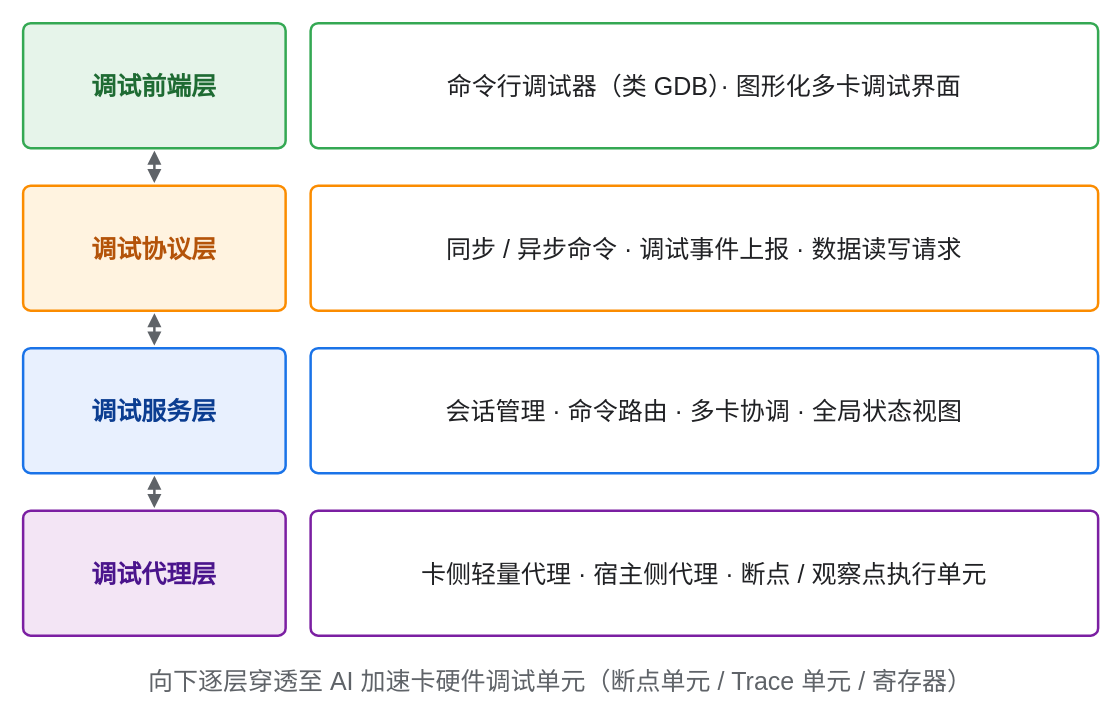
HanxuLiu/drawio-files keeps this draw.io diagram as page "调试工具模块分层结构" (4 of 7) of A3超节点设计方案插图.drawio. Above is the earlier version. Source tidied: cells renumbered, new cells numbered last; positions are measured from the earlier drawing's top-left corner, leaving out a move shared by most shapes. Both pictures are drawn from the tidied source at 125%, with x=0, y=0 at pixel (22, 22).
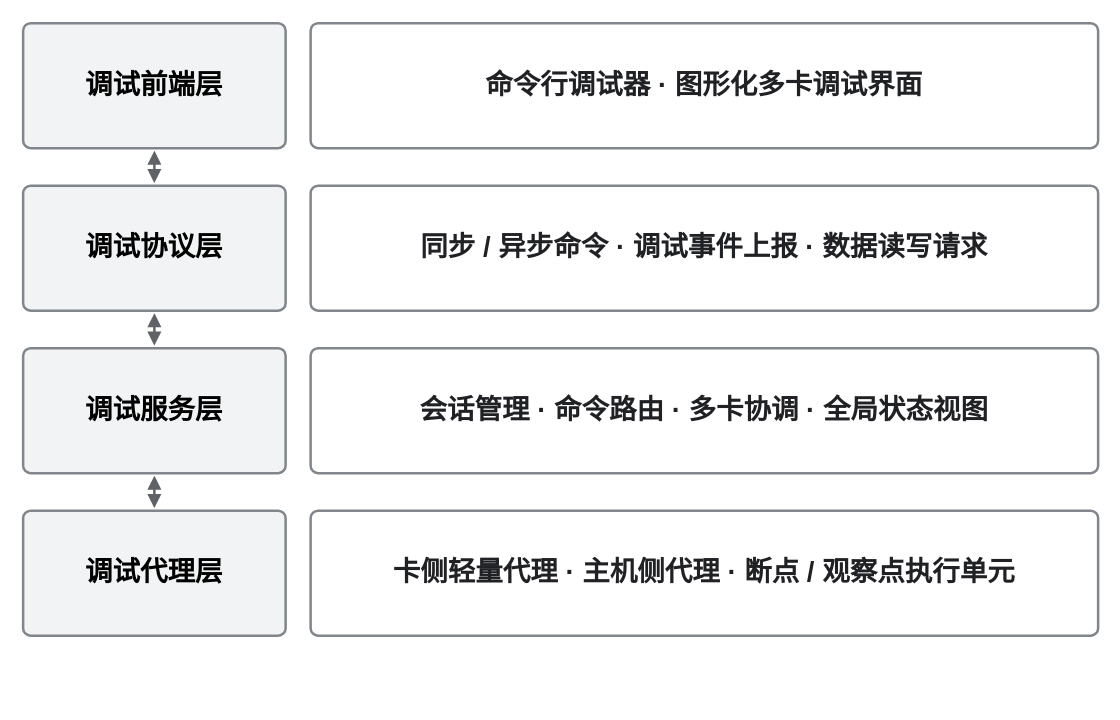
After the change.

Diff of the diagram source:
```diff
@@
 <mxGraphModel>
   <root>
     <mxCell id="0" />
     <mxCell id="1" parent="0" />
-    <mxCell id="2" value="调试前端层" style="rounded=1;arcSize=6;whiteSpace=wrap;html=1;fillColor=#E6F4EA;strokeColor=#34A853;strokeWidth=2;fontSize=20;fontColor=#1E6B33;align=center;verticalAlign=middle;fontStyle=1;" parent="1" vertex="1">
+    <mxCell id="2" value="调试前端层" style="rounded=1;arcSize=6;whiteSpace=wrap;html=1;fillColor=#F1F3F4;strokeColor=#80868B;strokeWidth=2;fontSize=22;fontColor=#000000;align=center;verticalAlign=middle;fontStyle=1;fontFamily=Helvetica;" parent="1" vertex="1">
       <mxGeometry width="210" height="100" as="geometry" />
     </mxCell>
-    <mxCell id="3" value="命令行调试器（类 GDB）· 图形化多卡调试界面" style="rounded=1;arcSize=6;whiteSpace=wrap;html=1;fillColor=#FFFFFF;strokeColor=#34A853;strokeWidth=2;fontSize=20;fontColor=#202124;align=center;verticalAlign=middle;" parent="1" vertex="1">
+    <mxCell id="3" value="命令行调试器 · 图形化多卡调试界面" style="rounded=1;arcSize=6;whiteSpace=wrap;html=1;fillColor=#FFFFFF;strokeColor=#80868B;strokeWidth=2;fontSize=22;fontColor=#202124;align=center;verticalAlign=middle;fontFamily=Helvetica;fontStyle=1;" parent="1" vertex="1">
       <mxGeometry x="230" width="630" height="100" as="geometry" />
     </mxCell>
-    <mxCell id="4" value="调试协议层" style="rounded=1;arcSize=6;whiteSpace=wrap;html=1;fillColor=#FFF3E0;strokeColor=#FB8C00;strokeWidth=2;fontSize=20;fontColor=#B45309;align=center;verticalAlign=middle;fontStyle=1;" parent="1" vertex="1">
+    <mxCell id="4" value="调试协议层" style="rounded=1;arcSize=6;whiteSpace=wrap;html=1;fillColor=#F1F3F4;strokeColor=#80868B;strokeWidth=2;fontSize=22;fontColor=#000000;align=center;verticalAlign=middle;fontStyle=1;fontFamily=Helvetica;" parent="1" vertex="1">
       <mxGeometry y="130" width="210" height="100" as="geometry" />
     </mxCell>
-    <mxCell id="5" value="同步 / 异步命令 · 调试事件上报 · 数据读写请求" style="rounded=1;arcSize=6;whiteSpace=wrap;html=1;fillColor=#FFFFFF;strokeColor=#FB8C00;strokeWidth=2;fontSize=20;fontColor=#202124;align=center;verticalAlign=middle;" parent="1" vertex="1">
+    <mxCell id="5" value="同步 / 异步命令 · 调试事件上报 · 数据读写请求" style="rounded=1;arcSize=6;whiteSpace=wrap;html=1;fillColor=#FFFFFF;strokeColor=#80868B;strokeWidth=2;fontSize=22;fontColor=#202124;align=center;verticalAlign=middle;fontFamily=Helvetica;fontStyle=1;" parent="1" vertex="1">
       <mxGeometry x="230" y="130" width="630" height="100" as="geometry" />
     </mxCell>
-    <mxCell id="6" style="edgeStyle=none;html=1;rounded=0;strokeColor=#5F6368;strokeWidth=2;startArrow=block;startFill=1;endArrow=block;endFill=1;fontSize=20;" parent="1" edge="1">
+    <mxCell id="6" style="edgeStyle=none;html=1;rounded=0;strokeColor=#5F6368;strokeWidth=2;startArrow=block;startFill=1;endArrow=block;endFill=1;fontSize=22;" parent="1" edge="1">
       <mxGeometry relative="1" as="geometry">
         <mxPoint x="105" y="102" as="sourcePoint" />
         <mxPoint x="105" y="128" as="targetPoint" />
       </mxGeometry>
     </mxCell>
-    <mxCell id="7" value="调试服务层" style="rounded=1;arcSize=6;whiteSpace=wrap;html=1;fillColor=#E8F0FE;strokeColor=#1A73E8;strokeWidth=2;fontSize=20;fontColor=#0B3D91;align=center;verticalAlign=middle;fontStyle=1;" parent="1" vertex="1">
+    <mxCell id="7" value="调试服务层" style="rounded=1;arcSize=6;whiteSpace=wrap;html=1;fillColor=#F1F3F4;strokeColor=#80868B;strokeWidth=2;fontSize=22;fontColor=#000000;align=center;verticalAlign=middle;fontStyle=1;fontFamily=Helvetica;" parent="1" vertex="1">
       <mxGeometry y="260" width="210" height="100" as="geometry" />
     </mxCell>
-    <mxCell id="8" value="会话管理 · 命令路由 · 多卡协调 · 全局状态视图" style="rounded=1;arcSize=6;whiteSpace=wrap;html=1;fillColor=#FFFFFF;strokeColor=#1A73E8;strokeWidth=2;fontSize=20;fontColor=#202124;align=center;verticalAlign=middle;" parent="1" vertex="1">
+    <mxCell id="8" value="会话管理 · 命令路由 · 多卡协调 · 全局状态视图" style="rounded=1;arcSize=6;whiteSpace=wrap;html=1;fillColor=#FFFFFF;strokeColor=#80868B;strokeWidth=2;fontSize=22;fontColor=#202124;align=center;verticalAlign=middle;fontFamily=Helvetica;fontStyle=1;" parent="1" vertex="1">
       <mxGeometry x="230" y="260" width="630" height="100" as="geometry" />
     </mxCell>
-    <mxCell id="9" style="edgeStyle=none;html=1;rounded=0;strokeColor=#5F6368;strokeWidth=2;startArrow=block;startFill=1;endArrow=block;endFill=1;fontSize=20;" parent="1" edge="1">
+    <mxCell id="9" style="edgeStyle=none;html=1;rounded=0;strokeColor=#5F6368;strokeWidth=2;startArrow=block;startFill=1;endArrow=block;endFill=1;fontSize=22;" parent="1" edge="1">
       <mxGeometry relative="1" as="geometry">
         <mxPoint x="105" y="232" as="sourcePoint" />
         <mxPoint x="105" y="258" as="targetPoint" />
       </mxGeometry>
     </mxCell>
-    <mxCell id="10" value="调试代理层" style="rounded=1;arcSize=6;whiteSpace=wrap;html=1;fillColor=#F3E5F5;strokeColor=#7B1FA2;strokeWidth=2;fontSize=20;fontColor=#4A148C;align=center;verticalAlign=middle;fontStyle=1;" parent="1" vertex="1">
+    <mxCell id="10" value="调试代理层" style="rounded=1;arcSize=6;whiteSpace=wrap;html=1;fillColor=#F1F3F4;strokeColor=#80868B;strokeWidth=2;fontSize=22;fontColor=#000000;align=center;verticalAlign=middle;fontStyle=1;fontFamily=Helvetica;" parent="1" vertex="1">
       <mxGeometry y="390" width="210" height="100" as="geometry" />
     </mxCell>
-    <mxCell id="11" value="卡侧轻量代理 · 宿主侧代理 · 断点 / 观察点执行单元" style="rounded=1;arcSize=6;whiteSpace=wrap;html=1;fillColor=#FFFFFF;strokeColor=#7B1FA2;strokeWidth=2;fontSize=20;fontColor=#202124;align=center;verticalAlign=middle;" parent="1" vertex="1">
+    <mxCell id="11" value="卡侧轻量代理 · 主机侧代理 · 断点 / 观察点执行单元" style="rounded=1;arcSize=6;whiteSpace=wrap;html=1;fillColor=#FFFFFF;strokeColor=#80868B;strokeWidth=2;fontSize=22;fontColor=#202124;align=center;verticalAlign=middle;fontFamily=Helvetica;fontStyle=1;" parent="1" vertex="1">
       <mxGeometry x="230" y="390" width="630" height="100" as="geometry" />
     </mxCell>
-    <mxCell id="12" style="edgeStyle=none;html=1;rounded=0;strokeColor=#5F6368;strokeWidth=2;startArrow=block;startFill=1;endArrow=block;endFill=1;fontSize=20;" parent="1" edge="1">
+    <mxCell id="12" style="edgeStyle=none;html=1;rounded=0;strokeColor=#5F6368;strokeWidth=2;startArrow=block;startFill=1;endArrow=block;endFill=1;fontSize=22;" parent="1" edge="1">
       <mxGeometry relative="1" as="geometry">
         <mxPoint x="105" y="362" as="sourcePoint" />
         <mxPoint x="105" y="388" as="targetPoint" />
       </mxGeometry>
     </mxCell>
-    <mxCell id="13" value="向下逐层穿透至 AI 加速卡硬件调试单元（断点单元 / Trace 单元 / 寄存器）" style="text;html=1;strokeColor=none;fillColor=none;align=center;verticalAlign=middle;whiteSpace=wrap;rounded=0;fontSize=20;fontColor=#5F6368;" parent="1" vertex="1">
-      <mxGeometry y="511" width="860" height="30" as="geometry" />
-    </mxCell>
   </root>
 </mxGraphModel>
```
